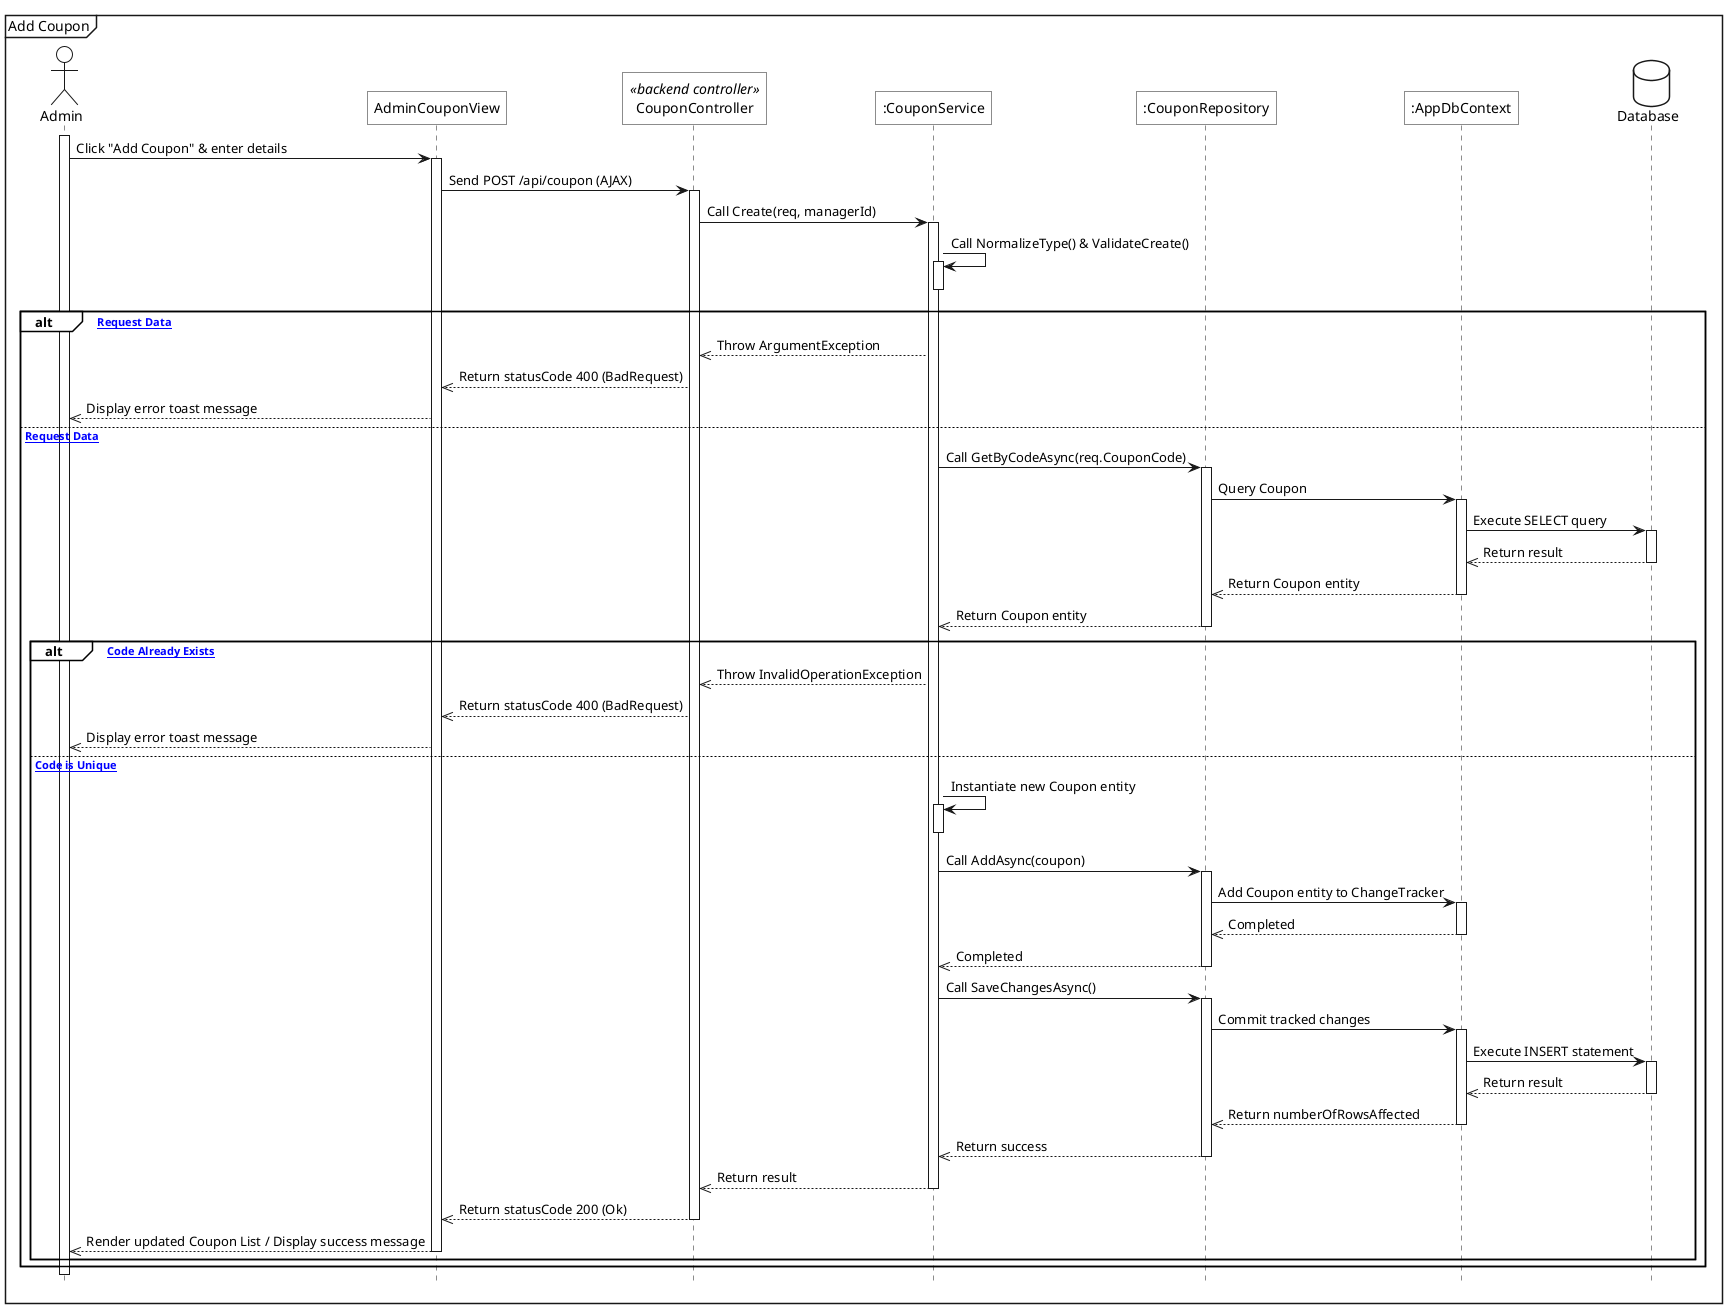
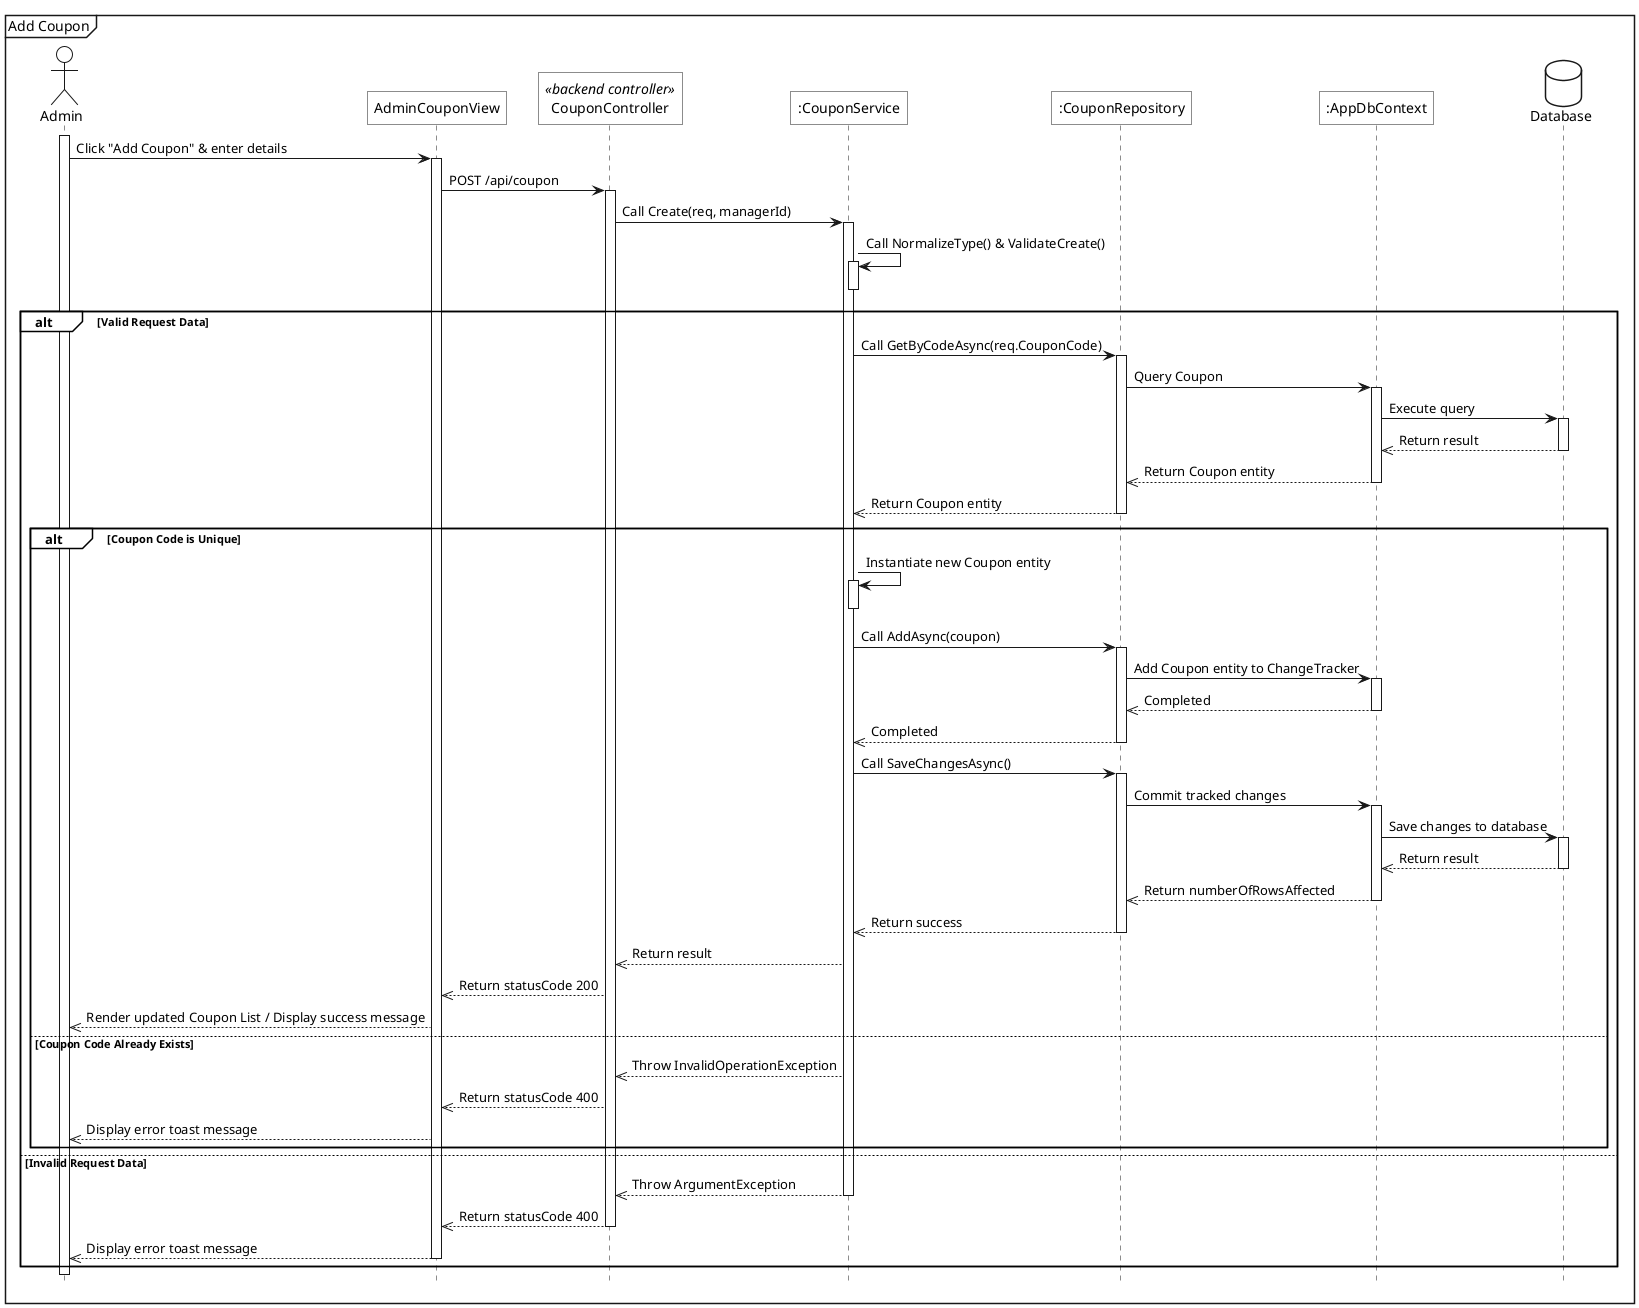
@startuml
<style>
    sequenceDiagram{
        actor{
            BackgroundColor white
            LineThickness 1.0
        }
        participant{
            BackgroundColor white
            RoundCorner 0
        }
        database{
            BackgroundColor white
        }
        groupHeader{
            BackgroundColor white
        }
        referenceHeader{
            BackgroundColor white
        }
        reference{
            BackgroundColor white
        }
    }
</style>

hide footbox

mainframe Add Coupon
actor Admin as act

participant "AdminCouponView" as view
participant "CouponController" as be_ctrl <<backend controller>>
participant ":CouponService" as sv
participant ":CouponRepository" as repo
participant ":AppDbContext" as ctx
database Database as db

act++
act->view++: Click "Add Coupon" & enter details
- view->be_ctrl++: Send POST /api/coupon (AJAX)
+ view->be_ctrl++: POST /api/coupon

be_ctrl->sv++: Call Create(req, managerId)
sv->sv++: Call NormalizeType() & ValidateCreate()
sv--

- alt [Invalid Request Data]
-     sv-->>be_ctrl: Throw ArgumentException
-     be_ctrl-->>view: Return statusCode 400 (BadRequest)
-     view-->>act: Display error toast message
- else [Valid Request Data]
+ alt Valid Request Data
    sv->repo++: Call GetByCodeAsync(req.CouponCode)
    repo->ctx++: Query Coupon
-     ctx->db++: Execute SELECT query
+     ctx->db++: Execute query
    db-->>ctx--: Return result
    ctx-->>repo--: Return Coupon entity
    repo-->>sv--: Return Coupon entity

-     alt [Coupon Code Already Exists]
-         sv-->>be_ctrl: Throw InvalidOperationException
-         be_ctrl-->>view: Return statusCode 400 (BadRequest)
-         view-->>act: Display error toast message
-     else [Coupon Code is Unique]
+     alt Coupon Code is Unique
        sv->sv++: Instantiate new Coupon entity
        sv--

        sv->repo++: Call AddAsync(coupon)
        repo->ctx++: Add Coupon entity to ChangeTracker
        ctx-->>repo--: Completed
        repo-->>sv--: Completed

        sv->repo++: Call SaveChangesAsync()
        repo->ctx++: Commit tracked changes
-         ctx->db++: Execute INSERT statement
+         ctx->db++: Save changes to database
        db-->>ctx--: Return result
        ctx-->>repo--: Return numberOfRowsAffected
        repo-->>sv--: Return success

-         sv-->>be_ctrl--: Return result
-         be_ctrl-->>view--: Return statusCode 200 (Ok)
-         view-->>act--: Render updated Coupon List / Display success message
+         sv-->>be_ctrl: Return result
+         be_ctrl-->>view: Return statusCode 200
+         view-->>act: Render updated Coupon List / Display success message
+     else Coupon Code Already Exists
+         sv-->>be_ctrl: Throw InvalidOperationException
+         be_ctrl-->>view: Return statusCode 400
+         view-->>act: Display error toast message
    end
+ else Invalid Request Data
+     sv-->>be_ctrl--: Throw ArgumentException
+     be_ctrl-->>view--: Return statusCode 400
+     view-->>act--: Display error toast message
end
@enduml
